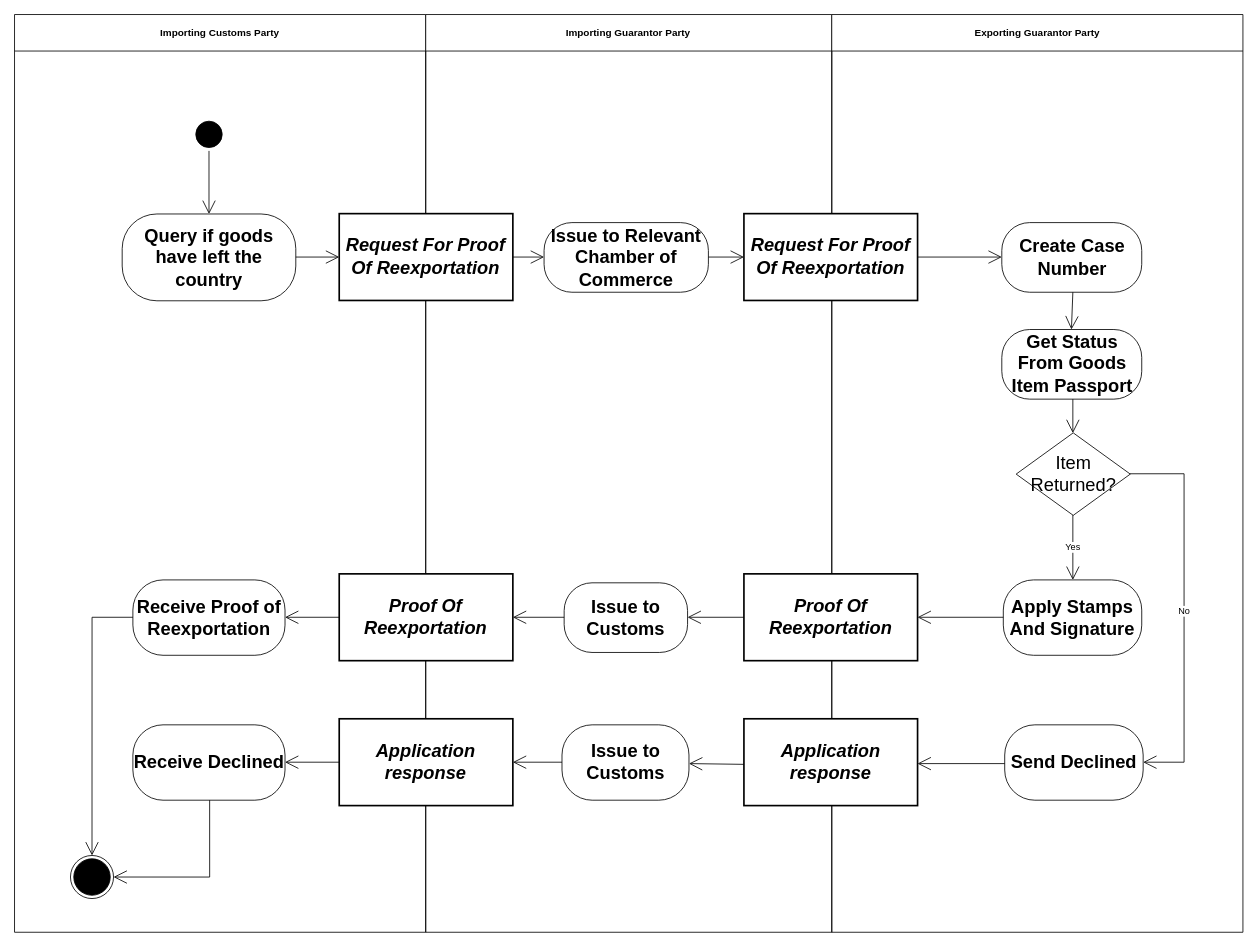
Before: diagrams/UBL-2.3-RequestForProofOfReexportationProcess/UBL-2.3-RequestForProofOfReexportationProcess.drawio in kduvekot/ubl-work-on-svg-images, a draw.io diagram. Source tidied: cells renumbered, new cells numbered last; positions are measured from the earlier drawing's top-left corner, leaving out a move shared by most shapes. Both pictures are drawn from the tidied source at 83%, with x=0, y=0 at pixel (14, 14).
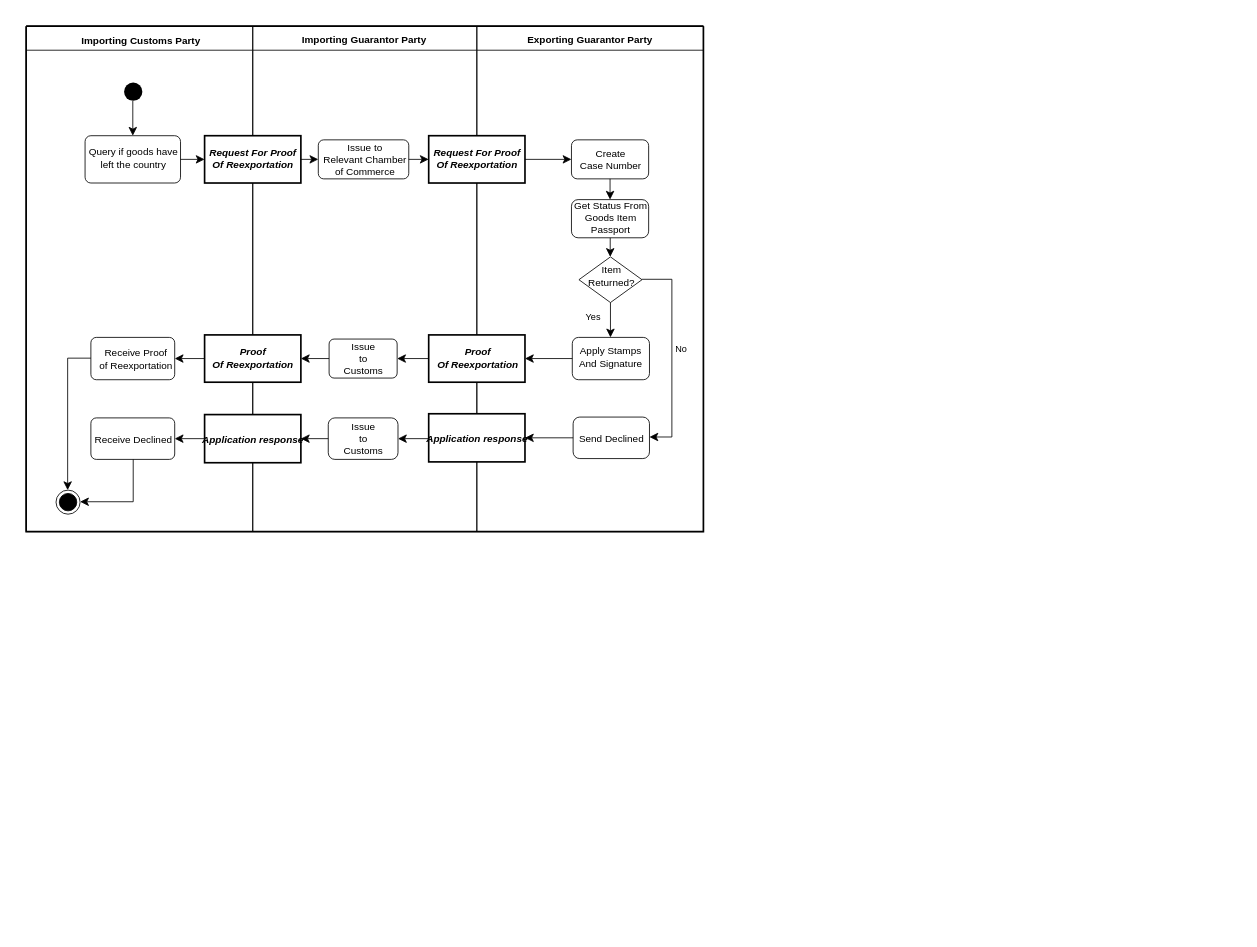
After the change.

The edit, as a diff of the source:
```diff
@@
+    <mxCell id="43" style="swimlane;html=1;startSize=0;whiteSpace=wrap;fillColor=none;strokeWidth=2;" parent="1" vertex="1">
+      <mxGeometry x="14" y="14" width="816" height="609" as="geometry" />
+    </mxCell>
-    <mxCell id="2" value="Importing Customs Party" style="swimlane;whiteSpace=wrap;html=1;startSize=44;" parent="1" vertex="1">
-      <mxGeometry width="495.4" height="1105.7" as="geometry" />
+    <mxCell id="2" value="Importing Customs Party" style="swimlane;horizontal=1;startSize=29;swimlaneLine=1;spacingTop=6;html=1;fillColor=none;fontSize=12;fontStyle=1;spacing=0;spacingLeft=2;" parent="43" vertex="1">
+      <mxGeometry width="273" height="609" as="geometry" />
     </mxCell>
-    <mxCell id="3" value="Importing Guarantor Party" style="swimlane;whiteSpace=wrap;html=1;startSize=44;" parent="1" vertex="1">
-      <mxGeometry x="495.4" width="489.3" height="1105.7" as="geometry" />
+    <mxCell id="3" value="Importing Guarantor Party" style="swimlane;horizontal=1;startSize=29;swimlaneLine=1;spacingTop=5;html=1;fillColor=none;fontSize=12;fontStyle=1;spacing=0;spacingRight=2;" parent="43" vertex="1">
+      <mxGeometry x="273" width="270" height="609" as="geometry" />
     </mxCell>
-    <mxCell id="4" value="Exporting Guarantor Party" style="swimlane;whiteSpace=wrap;html=1;startSize=44;" parent="1" vertex="1">
-      <mxGeometry x="984.6" width="495.4" height="1105.7" as="geometry" />
+    <mxCell id="4" value="Exporting Guarantor Party" style="swimlane;horizontal=1;startSize=29;swimlaneLine=1;spacingTop=5;html=1;fillColor=none;fontSize=12;fontStyle=1;spacing=0;spacingRight=1;" parent="43" vertex="1">
+      <mxGeometry x="543" width="273" height="609" as="geometry" />
     </mxCell>
-    <mxCell id="5" style="ellipse;html=1;shape=startState;fillColor=#000000;strokeColor=#000000;fontFamily=Helvetica;fontSize=22;" parent="1" vertex="1">
-      <mxGeometry x="214.4" y="124.5" width="39.8" height="39.8" as="geometry" />
+    <mxCell id="5" style="ellipse;shape=startState;fillColor=#000000;strokeColor=none;html=1;" parent="2" vertex="1">
+      <mxGeometry x="114" y="64" width="30" height="30" as="geometry" />
     </mxCell>
-    <mxCell id="6" value="Query if goods have left the country" style="rounded=1;arcSize=40;whiteSpace=wrap;html=1;fontStyle=1;fontFamily=Helvetica;fontSize=22;" parent="1" vertex="1">
-      <mxGeometry x="129.7" y="240.3" width="209.2" height="104.6" as="geometry" />
+    <mxCell id="6" value="Query if goods have&lt;br&gt;left the country" style="rounded=1;absoluteArcSize=1;arcSize=14;html=1;whiteSpace=nowrap;fontSize=12;fontStyle=0;align=center;verticalAlign=middle;spacing=0;spacingBottom=3;" parent="2" vertex="1">
+      <mxGeometry x="71" y="132" width="115" height="57" as="geometry" />
     </mxCell>
-    <mxCell id="7" value="Request For Proof Of Reexportation" style="rounded=0;whiteSpace=wrap;html=1;fontStyle=3;strokeWidth=2;fontFamily=Helvetica;fontSize=22;" parent="1" vertex="1">
-      <mxGeometry x="391.2" y="239.9" width="209.2" height="104.6" as="geometry" />
+    <mxCell id="7" value="Request For Proof&lt;br&gt;Of Reexportation" style="rounded=0;html=1;whiteSpace=nowrap;fontSize=12;fontStyle=3;align=center;verticalAlign=middle;spacing=0;spacingBottom=2;strokeWidth=2;" parent="3" vertex="1">
+      <mxGeometry x="-58" y="132" width="116" height="57" as="geometry" />
     </mxCell>
-    <mxCell id="8" value="Request For Proof Of Reexportation" style="rounded=0;whiteSpace=wrap;html=1;fontStyle=3;strokeWidth=2;fontFamily=Helvetica;fontSize=22;" parent="1" vertex="1">
-      <mxGeometry x="878.8" y="239.9" width="209.2" height="104.6" as="geometry" />
+    <mxCell id="8" value="Request For Proof&lt;br&gt;Of Reexportation" style="rounded=0;html=1;whiteSpace=nowrap;fontSize=12;fontStyle=3;align=center;verticalAlign=middle;spacing=0;spacingBottom=2;strokeWidth=2;" parent="4" vertex="1">
+      <mxGeometry x="-58" y="132" width="116" height="57" as="geometry" />
     </mxCell>
-    <mxCell id="9" value="Issue to Relevant Chamber of Commerce" style="rounded=1;arcSize=40;whiteSpace=wrap;html=1;fontStyle=1;fontFamily=Helvetica;fontSize=22;" parent="1" vertex="1">
-      <mxGeometry x="638" y="250.7" width="198" height="83.9" as="geometry" />
+    <mxCell id="9" value="Issue to&lt;br&gt;Relevant Chamber&lt;br&gt;of Commerce" style="rounded=1;absoluteArcSize=1;arcSize=13;html=1;whiteSpace=nowrap;fontSize=12;fontStyle=0;align=center;verticalAlign=middle;spacing=0;spacingLeft=3;" parent="3" vertex="1">
+      <mxGeometry x="79" y="137" width="109" height="47" as="geometry" />
     </mxCell>
-    <mxCell id="10" value="Create Case Number" style="rounded=1;arcSize=40;whiteSpace=wrap;html=1;fontStyle=1;fontFamily=Helvetica;fontSize=22;" parent="1" vertex="1">
-      <mxGeometry x="1189.5" y="250.7" width="168.6" height="83.9" as="geometry" />
+    <mxCell id="10" value="Create&lt;br&gt;Case Number" style="rounded=1;absoluteArcSize=1;arcSize=14;html=1;whiteSpace=nowrap;fontSize=12;fontStyle=0;align=center;verticalAlign=middle;spacing=0;spacingLeft=1;" parent="4" vertex="1">
+      <mxGeometry x="114" y="137" width="93" height="47" as="geometry" />
     </mxCell>
-    <mxCell id="11" value="Get Status From Goods Item Passport" style="rounded=1;arcSize=40;whiteSpace=wrap;html=1;fontStyle=1;fontFamily=Helvetica;fontSize=22;" parent="1" vertex="1">
-      <mxGeometry x="1189.5" y="379.5" width="168.6" height="83.9" as="geometry" />
+    <mxCell id="11" value="Get Status From&lt;br&gt;Goods Item&lt;br&gt;Passport" style="rounded=1;absoluteArcSize=1;arcSize=16;html=1;whiteSpace=nowrap;fontSize=12;fontStyle=0;align=center;verticalAlign=middle;spacing=0;spacingLeft=1;spacingBottom=2;" parent="4" vertex="1">
+      <mxGeometry x="114" y="209" width="93" height="46" as="geometry" />
     </mxCell>
-    <mxCell id="12" value="Item Returned?" style="rhombus;whiteSpace=wrap;html=1;fontFamily=Helvetica;fontSize=22;" parent="1" vertex="1">
-      <mxGeometry x="1206.8" y="504" width="137.5" height="99.4" as="geometry" />
+    <mxCell id="12" value="Item&lt;br&gt;Returned?" style="rhombus;html=1;whiteSpace=nowrap;fontSize=12;fontStyle=0;align=center;verticalAlign=middle;spacing=0;spacingLeft=2;spacingBottom=9;" parent="4" vertex="1">
+      <mxGeometry x="123" y="278" width="76" height="55" as="geometry" />
     </mxCell>
-    <mxCell id="13" value="Proof Of Reexportation" style="rounded=0;whiteSpace=wrap;html=1;fontStyle=3;strokeWidth=2;fontFamily=Helvetica;fontSize=22;" parent="1" vertex="1">
-      <mxGeometry x="391.2" y="673.9" width="209.2" height="104.6" as="geometry" />
+    <mxCell id="13" value="Proof&lt;br&gt;Of Reexportation" style="rounded=0;html=1;whiteSpace=nowrap;fontSize=12;fontStyle=3;align=center;verticalAlign=middle;spacing=0;spacingBottom=2;strokeWidth=2;" parent="3" vertex="1">
+      <mxGeometry x="-58" y="372" width="116" height="57" as="geometry" />
     </mxCell>
-    <mxCell id="14" value="Proof Of Reexportation" style="rounded=0;whiteSpace=wrap;html=1;fontStyle=3;strokeWidth=2;fontFamily=Helvetica;fontSize=22;" parent="1" vertex="1">
-      <mxGeometry x="878.8" y="673.9" width="209.2" height="104.6" as="geometry" />
+    <mxCell id="14" value="Proof&lt;br&gt;Of Reexportation" style="rounded=0;html=1;whiteSpace=nowrap;fontSize=12;fontStyle=3;align=center;verticalAlign=middle;spacing=0;spacingLeft=1;spacingBottom=2;strokeWidth=2;" parent="4" vertex="1">
+      <mxGeometry x="-58" y="372" width="116" height="57" as="geometry" />
     </mxCell>
-    <mxCell id="15" value="Receive Proof of Reexportation" style="rounded=1;arcSize=40;whiteSpace=wrap;html=1;fontStyle=1;fontFamily=Helvetica;fontSize=22;" parent="1" vertex="1">
-      <mxGeometry x="142.6" y="681.2" width="183.3" height="90.8" as="geometry" />
+    <mxCell id="15" value="Receive Proof&lt;br&gt;of Reexportation" style="rounded=1;absoluteArcSize=1;arcSize=13;html=1;whiteSpace=nowrap;fontSize=12;fontStyle=0;align=center;verticalAlign=middle;spacing=0;spacingLeft=6;" parent="2" vertex="1">
+      <mxGeometry x="78" y="375" width="101" height="51" as="geometry" />
     </mxCell>
-    <mxCell id="16" value="Apply Stamps And Signature" style="rounded=1;arcSize=40;whiteSpace=wrap;html=1;fontStyle=1;fontFamily=Helvetica;fontSize=22;" parent="1" vertex="1">
-      <mxGeometry x="1191.3" y="681.2" width="166.8" height="90.8" as="geometry" />
+    <mxCell id="16" value="Apply Stamps&lt;br&gt;And Signature" style="rounded=1;absoluteArcSize=1;arcSize=15;html=1;whiteSpace=nowrap;fontSize=12;fontStyle=0;align=center;verticalAlign=middle;spacing=0;spacingRight=2;spacingBottom=3;" parent="4" vertex="1">
+      <mxGeometry x="115" y="375" width="93" height="51" as="geometry" />
     </mxCell>
-    <mxCell id="17" value="Issue to Customs" style="rounded=1;arcSize=40;whiteSpace=wrap;html=1;fontStyle=1;fontFamily=Helvetica;fontSize=22;" parent="1" vertex="1">
-      <mxGeometry x="662.2" y="684.7" width="148.7" height="83.9" as="geometry" />
+    <mxCell id="17" value="Issue&lt;br&gt;to&lt;br&gt;Customs" style="rounded=1;absoluteArcSize=1;arcSize=12;html=1;whiteSpace=nowrap;fontSize=12;fontStyle=0;align=center;verticalAlign=middle;spacing=0;" parent="3" vertex="1">
+      <mxGeometry x="92" y="377" width="82" height="47" as="geometry" />
     </mxCell>
-    <mxCell id="18" value="Application response" style="rounded=0;whiteSpace=wrap;html=1;fontStyle=3;strokeWidth=2;fontFamily=Helvetica;fontSize=22;" parent="1" vertex="1">
-      <mxGeometry x="391.2" y="848.5" width="209.2" height="104.6" as="geometry" />
+    <mxCell id="18" value="Application response" style="rounded=0;html=1;whiteSpace=nowrap;fontSize=12;fontStyle=3;align=center;verticalAlign=middle;spacing=0;spacingTop=4;strokeWidth=2;" parent="3" vertex="1">
+      <mxGeometry x="-58" y="468" width="116" height="58" as="geometry" />
     </mxCell>
-    <mxCell id="19" value="Application response" style="rounded=0;whiteSpace=wrap;html=1;fontStyle=3;strokeWidth=2;fontFamily=Helvetica;fontSize=22;" parent="1" vertex="1">
-      <mxGeometry x="878.8" y="848.5" width="209.2" height="104.6" as="geometry" />
+    <mxCell id="19" value="Application response" style="rounded=0;html=1;whiteSpace=nowrap;fontSize=12;fontStyle=3;align=center;verticalAlign=middle;spacing=0;spacingTop=4;strokeWidth=2;" parent="4" vertex="1">
+      <mxGeometry x="-58" y="467" width="116" height="58" as="geometry" />
     </mxCell>
-    <mxCell id="20" value="Receive Declined" style="rounded=1;arcSize=40;whiteSpace=wrap;html=1;fontStyle=1;fontFamily=Helvetica;fontSize=22;" parent="1" vertex="1">
-      <mxGeometry x="142.6" y="855.8" width="183.3" height="90.8" as="geometry" />
+    <mxCell id="20" value="Receive Declined" style="rounded=1;absoluteArcSize=1;arcSize=13;html=1;whiteSpace=nowrap;fontSize=12;fontStyle=0;align=center;verticalAlign=middle;spacing=0;spacingTop=3;" parent="2" vertex="1">
+      <mxGeometry x="78" y="472" width="101" height="50" as="geometry" />
     </mxCell>
-    <mxCell id="21" value="Issue to Customs" style="rounded=1;arcSize=40;whiteSpace=wrap;html=1;fontStyle=1;fontFamily=Helvetica;fontSize=22;" parent="1" vertex="1">
-      <mxGeometry x="659.6" y="855.8" width="153" height="90.8" as="geometry" />
+    <mxCell id="21" value="Issue&lt;br&gt;to&lt;br&gt;Customs" style="rounded=1;absoluteArcSize=1;arcSize=16;html=1;whiteSpace=nowrap;fontSize=12;fontStyle=0;align=center;verticalAlign=middle;spacing=0;" parent="3" vertex="1">
+      <mxGeometry x="91" y="472" width="84" height="50" as="geometry" />
     </mxCell>
-    <mxCell id="22" value="Send Declined" style="rounded=1;arcSize=40;whiteSpace=wrap;html=1;fontStyle=1;fontFamily=Helvetica;fontSize=22;" parent="1" vertex="1">
-      <mxGeometry x="1193" y="855.8" width="166.8" height="90.8" as="geometry" />
+    <mxCell id="22" value="Send Declined" style="rounded=1;absoluteArcSize=1;arcSize=16;html=1;whiteSpace=nowrap;fontSize=12;fontStyle=0;align=center;verticalAlign=middle;spacing=0;spacingTop=3;" parent="4" vertex="1">
+      <mxGeometry x="116" y="471" width="92" height="50" as="geometry" />
     </mxCell>
-    <mxCell id="23" style="ellipse;html=1;shape=endState;fillColor=#000000;strokeColor=#000000;fontFamily=Helvetica;fontSize=22;" parent="1" vertex="1">
-      <mxGeometry x="67.4" y="1013.2" width="51.9" height="51.9" as="geometry" />
+    <mxCell id="23" style="ellipse;shape=endState;fillColor=#000000;html=1;" parent="2" vertex="1">
+      <mxGeometry x="36" y="559" width="29" height="29" as="geometry" />
     </mxCell>
-    <mxCell id="24" style="edgeStyle=none;rounded=0;html=1;endArrow=open;endFill=0;endSize=14;exitX=0.4774;exitY=1.0;entryX=0.5;entryY=0.0;" parent="1" edge="1" source="5" target="6">
+    <mxCell id="24" style="edgeStyle=none;rounded=0;html=1;endArrow=classic;endFill=1;endSize=8;exitPerimeter=0;entryX=0.5;entryY=0;entryPerimeter=0;exitX=0.483333;exitY=0.8667;" parent="2" edge="1" source="5" target="6">
       <mxGeometry relative="1" as="geometry" />
     </mxCell>
-    <mxCell id="25" style="edgeStyle=none;rounded=0;html=1;endArrow=open;endFill=0;endSize=14;exitX=1.0;exitY=0.4962;entryX=0.0;entryY=0.5;" parent="1" edge="1" source="6" target="7">
+    <mxCell id="25" style="edgeStyle=none;rounded=0;html=1;endArrow=classic;endFill=1;endSize=8;exitX=1;exitY=0.5;exitPerimeter=0;entryX=0;entryY=0.5;entryPerimeter=0;" parent="43" edge="1" source="6" target="7">
       <mxGeometry relative="1" as="geometry" />
     </mxCell>
-    <mxCell id="26" style="edgeStyle=none;rounded=0;html=1;endArrow=open;endFill=0;endSize=14;exitX=1.0;exitY=0.5;entryX=0.0;entryY=0.4946;" parent="1" edge="1" source="7" target="9">
+    <mxCell id="26" style="edgeStyle=none;rounded=0;html=1;endArrow=classic;endFill=1;endSize=8;exitX=1;exitY=0.5;exitPerimeter=0;entryX=0;entryY=0.5;entryPerimeter=0;" parent="3" edge="1" source="7" target="9">
       <mxGeometry relative="1" as="geometry" />
     </mxCell>
-    <mxCell id="27" style="edgeStyle=none;rounded=0;html=1;endArrow=open;endFill=0;endSize=14;exitX=1.0;exitY=0.4946;entryX=0.0;entryY=0.5;" parent="1" edge="1" source="9" target="8">
+    <mxCell id="27" style="edgeStyle=none;rounded=0;html=1;endArrow=classic;endFill=1;endSize=8;exitX=1;exitY=0.5;exitPerimeter=0;entryX=0;entryY=0.5;entryPerimeter=0;" parent="43" edge="1" source="9" target="8">
       <mxGeometry relative="1" as="geometry" />
     </mxCell>
-    <mxCell id="28" style="edgeStyle=none;rounded=0;html=1;endArrow=open;endFill=0;endSize=14;exitX=1.0;exitY=0.5;entryX=0.0;entryY=0.4946;" parent="1" edge="1" source="8" target="10">
+    <mxCell id="28" style="edgeStyle=none;rounded=0;html=1;endArrow=classic;endFill=1;endSize=8;exitX=1;exitY=0.5;exitPerimeter=0;entryX=0;entryY=0.5;entryPerimeter=0;" parent="4" edge="1" source="8" target="10">
       <mxGeometry relative="1" as="geometry" />
     </mxCell>
-    <mxCell id="29" style="edgeStyle=none;rounded=0;html=1;endArrow=open;endFill=0;endSize=14;exitX=0.5077;exitY=1.0;entryX=0.4976;entryY=0.0;" parent="1" edge="1" source="10" target="11">
+    <mxCell id="29" style="edgeStyle=none;rounded=0;html=1;endArrow=classic;endFill=1;endSize=8;exitX=0.5;exitY=1;exitPerimeter=0;entryX=0.5;entryY=0;entryPerimeter=0;" parent="4" edge="1" source="10" target="11">
       <mxGeometry relative="1" as="geometry" />
     </mxCell>
-    <mxCell id="30" style="edgeStyle=none;rounded=0;html=1;endArrow=open;endFill=0;endSize=14;exitX=0.5077;exitY=1.0;entryX=0.4967;entryY=0.0;" parent="1" edge="1" source="11" target="12">
+    <mxCell id="30" style="edgeStyle=none;rounded=0;html=1;endArrow=classic;endFill=1;endSize=8;exitPerimeter=0;entryX=0.4961;entryY=0;entryPerimeter=0;exitX=0.502189;exitY=1;" parent="4" edge="1" source="11" target="12">
       <mxGeometry relative="1" as="geometry" />
     </mxCell>
-    <mxCell id="31" value="No" style="edgeStyle=orthogonalEdgeStyle;rounded=0;html=1;endArrow=open;endFill=0;endSize=14;exitX=1.0;exitY=0.496;entryX=1.0;entryY=0.4956;" parent="1" edge="1" source="12" target="22">
-      <mxGeometry relative="1" as="geometry">
+    <mxCell id="31" value="No" style="edgeStyle=orthogonalEdgeStyle;rounded=0;html=1;endArrow=classic;endFill=1;endSize=8;exitPerimeter=0;entryPerimeter=0;fontSize=11;fontStyle=0;align=center;verticalAlign=middle;labelBackgroundColor=none;exitX=1;exitY=0.490909;entryX=1;entryY=0.48;" parent="4" edge="1" source="12" target="22">
+      <mxGeometry x="-0.05" relative="1" as="geometry">
         <Array as="points">
-          <mxPoint x="1409.1" y="553.3" />
-          <mxPoint x="1409.1" y="900.8" />
+          <mxPoint x="235" y="305" />
+          <mxPoint x="235" y="495" />
         </Array>
+        <mxPoint x="11" as="offset" />
       </mxGeometry>
     </mxCell>
-    <mxCell id="32" value="Yes" style="edgeStyle=none;rounded=0;html=1;endArrow=open;endFill=0;endSize=14;exitX=0.4967;exitY=1.0;entryX=0.5024;entryY=0.0;" parent="1" edge="1" source="12" target="16">
-      <mxGeometry relative="1" as="geometry" />
+    <mxCell id="32" value="Yes" style="edgeStyle=none;rounded=0;html=1;endArrow=classic;endFill=1;endSize=8;exitX=0.5;exitY=1;exitPerimeter=0;entryPerimeter=0;fontSize=11;fontStyle=0;align=center;verticalAlign=middle;labelBackgroundColor=none;entryX=0.494624;entryY=0;" parent="4" edge="1" source="12" target="16">
+      <mxGeometry x="-0.2" relative="1" as="geometry">
+        <mxPoint x="-21" as="offset" />
+      </mxGeometry>
     </mxCell>
-    <mxCell id="33" style="edgeStyle=none;rounded=0;html=1;endArrow=open;endFill=0;endSize=14;exitX=0.0;exitY=0.5;entryX=1.0;entryY=0.4956;" parent="1" edge="1" source="13" target="15">
+    <mxCell id="33" style="edgeStyle=none;rounded=0;html=1;endArrow=classic;endFill=1;endSize=8;exitX=0;exitY=0.5;exitPerimeter=0;entryX=1;entryY=0.5;entryPerimeter=0;" parent="43" edge="1" source="13" target="15">
       <mxGeometry relative="1" as="geometry" />
     </mxCell>
-    <mxCell id="34" style="edgeStyle=none;rounded=0;html=1;endArrow=open;endFill=0;endSize=14;exitX=0.0;exitY=0.4946;entryX=1.0;entryY=0.5;" parent="1" edge="1" source="17" target="13">
+    <mxCell id="34" style="edgeStyle=none;rounded=0;html=1;endArrow=classic;endFill=1;endSize=8;exitX=0;exitY=0.5;exitPerimeter=0;entryX=1;entryY=0.5;entryPerimeter=0;" parent="3" edge="1" source="17" target="13">
       <mxGeometry relative="1" as="geometry" />
     </mxCell>
-    <mxCell id="35" style="edgeStyle=none;rounded=0;html=1;endArrow=open;endFill=0;endSize=14;exitX=0.0;exitY=0.5;entryX=1.0;entryY=0.4946;" parent="1" edge="1" source="14" target="17">
+    <mxCell id="35" style="edgeStyle=none;rounded=0;html=1;endArrow=classic;endFill=1;endSize=8;exitX=0;exitY=0.5;exitPerimeter=0;entryX=1;entryY=0.5;entryPerimeter=0;" parent="43" edge="1" source="14" target="17">
       <mxGeometry relative="1" as="geometry" />
     </mxCell>
-    <mxCell id="36" style="edgeStyle=none;rounded=0;html=1;endArrow=open;endFill=0;endSize=14;exitX=0.0;exitY=0.4956;entryX=1.0;entryY=0.5;" parent="1" edge="1" source="16" target="14">
+    <mxCell id="36" style="edgeStyle=none;rounded=0;html=1;endArrow=classic;endFill=1;endSize=8;exitX=0;exitY=0.5;exitPerimeter=0;entryX=1;entryY=0.5;entryPerimeter=0;" parent="4" edge="1" source="16" target="14">
       <mxGeometry relative="1" as="geometry" />
     </mxCell>
-    <mxCell id="37" style="edgeStyle=orthogonalEdgeStyle;rounded=0;html=1;endArrow=open;endFill=0;endSize=14;exitX=0.0;exitY=0.4956;entryX=0.501;entryY=0.0;" parent="1" edge="1" source="15" target="23">
+    <mxCell id="37" style="edgeStyle=orthogonalEdgeStyle;rounded=0;html=1;endArrow=classic;endFill=1;endSize=8;exitPerimeter=0;entryPerimeter=0;exitX=0;exitY=0.490196;entryX=0.482759;entryY=0;" parent="2" edge="1" source="15" target="23">
       <mxGeometry relative="1" as="geometry">
         <Array as="points">
-          <mxPoint x="93.4" y="726.2" />
+          <mxPoint x="50" y="400" />
         </Array>
       </mxGeometry>
     </mxCell>
-    <mxCell id="38" style="edgeStyle=none;rounded=0;html=1;endArrow=open;endFill=0;endSize=14;exitX=0.0;exitY=0.5;entryX=1.0;entryY=0.4956;" parent="1" edge="1" source="18" target="20">
+    <mxCell id="38" style="edgeStyle=none;rounded=0;html=1;endArrow=classic;endFill=1;endSize=8;exitX=0;exitY=0.5;exitPerimeter=0;entryX=1;entryY=0.5;entryPerimeter=0;" parent="43" edge="1" source="18" target="20">
       <mxGeometry relative="1" as="geometry" />
     </mxCell>
-    <mxCell id="39" style="edgeStyle=none;rounded=0;html=1;endArrow=open;endFill=0;endSize=14;exitX=0.0;exitY=0.4956;entryX=1.0;entryY=0.5;" parent="1" edge="1" source="21" target="18">
+    <mxCell id="39" style="edgeStyle=none;rounded=0;html=1;endArrow=classic;endFill=1;endSize=8;exitX=0;exitY=0.5;exitPerimeter=0;entryX=1;entryY=0.5;entryPerimeter=0;" parent="3" edge="1" source="21" target="18">
       <mxGeometry relative="1" as="geometry" />
     </mxCell>
-    <mxCell id="40" style="edgeStyle=none;rounded=0;html=1;endArrow=open;endFill=0;endSize=14;exitX=0.0;exitY=0.5143;entryX=1.0;entryY=0.5163;" parent="1" edge="1" source="22" target="19">
+    <mxCell id="40" style="edgeStyle=none;rounded=0;html=1;endArrow=classic;endFill=1;endSize=8;exitX=0;exitY=0.5;exitPerimeter=0;entryX=1;entryY=0.5;entryPerimeter=0;" parent="4" edge="1" source="22" target="19">
       <mxGeometry relative="1" as="geometry" />
     </mxCell>
-    <mxCell id="41" style="edgeStyle=none;rounded=0;html=1;endArrow=open;endFill=0;endSize=14;exitX=0.0;exitY=0.5249;entryX=1.0;entryY=0.5143;" parent="1" edge="1" source="19" target="21">
+    <mxCell id="41" style="edgeStyle=none;rounded=0;html=1;endArrow=classic;endFill=1;endSize=8;exitPerimeter=0;entryX=1;entryY=0.5;entryPerimeter=0;exitX=0;exitY=0.517241;" parent="43" edge="1" source="19" target="21">
       <mxGeometry relative="1" as="geometry" />
     </mxCell>
-    <mxCell id="42" style="edgeStyle=orthogonalEdgeStyle;rounded=0;html=1;endArrow=open;endFill=0;endSize=14;exitX=0.5046;exitY=1.0;entryX=1.0;entryY=0.499;" parent="1" edge="1" source="20" target="23">
+    <mxCell id="42" style="edgeStyle=orthogonalEdgeStyle;rounded=0;html=1;endArrow=classic;endFill=1;endSize=8;exitPerimeter=0;entryPerimeter=0;exitX=0.50495;exitY=1;entryX=1;entryY=0.482759;" parent="2" edge="1" source="20" target="23">
       <mxGeometry relative="1" as="geometry">
         <Array as="points">
-          <mxPoint x="235.1" y="1039.1" />
+          <mxPoint x="129" y="573" />
         </Array>
       </mxGeometry>
     </mxCell>
```
